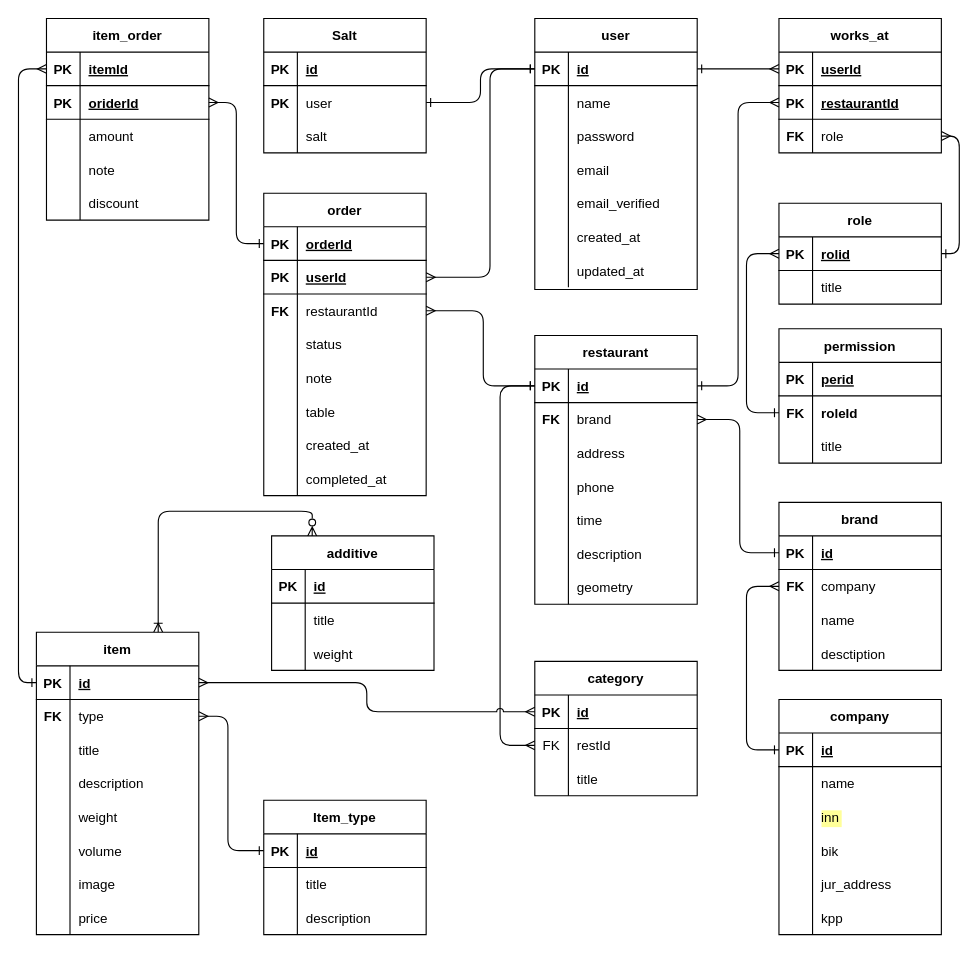
Above: dataModel.drawio in MiroslaviPochemuVasTakMnogoTut/food-admin (draw.io), before the change. Source tidied: cells renumbered, new cells numbered last; positions are measured from the earlier drawing's top-left corner, leaving out a move shared by most shapes. Both pictures are drawn from the tidied source at 112%, with x=0, y=0 at pixel (18, 18).
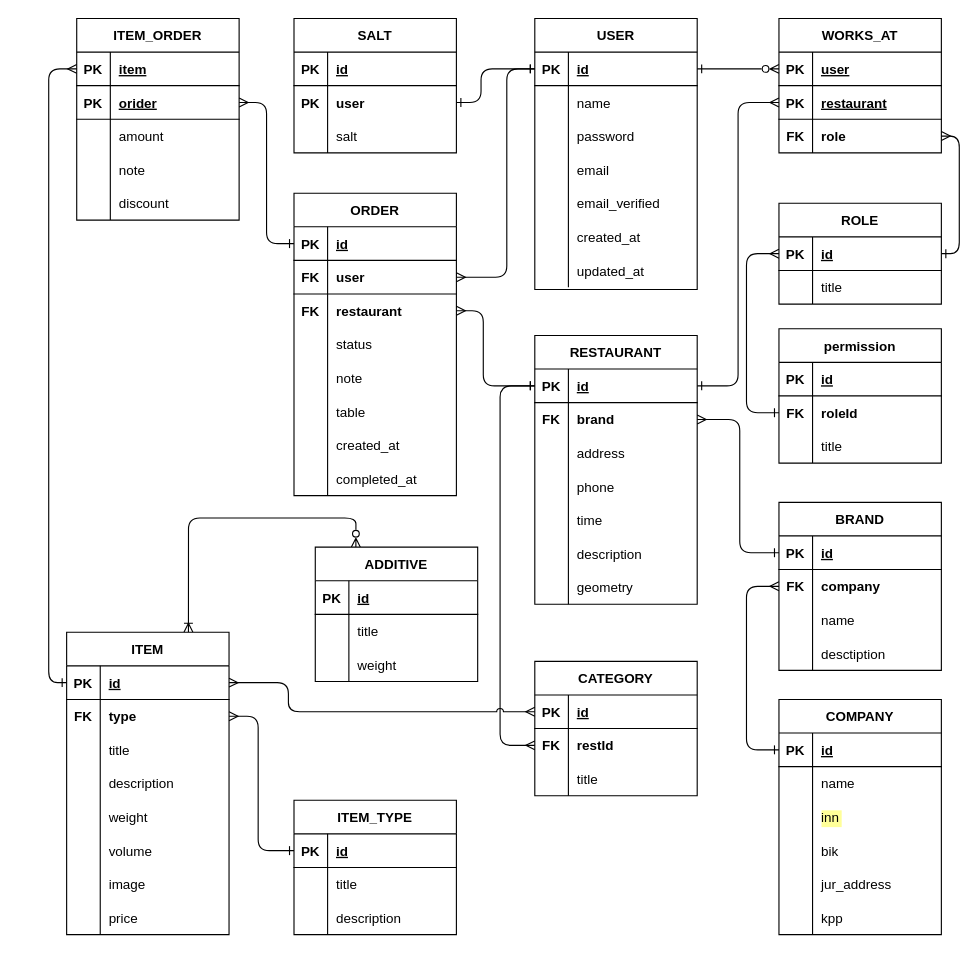
Above is the later version.

The change refers to these unchanged cells:
```xml
<mxCell id="3" style="shape=tableRow;horizontal=0;startSize=0;swimlaneHead=0;swimlaneBody=0;fillColor=none;points=[[0,0.5],[1,0.5]];portConstraint=eastwest;top=0;left=0;right=0;bottom=1;" parent="2" vertex="1">
  <mxGeometry y="30" width="145" height="30" as="geometry" />
</mxCell>
<mxCell id="25" style="shape=tableRow;horizontal=0;startSize=0;swimlaneHead=0;swimlaneBody=0;fillColor=none;points=[[0,0.5],[1,0.5]];portConstraint=eastwest;top=0;left=0;right=0;bottom=1;" parent="24" vertex="1">
  <mxGeometry y="30" width="145" height="30" as="geometry" />
</mxCell>
<mxCell id="28" style="shape=tableRow;horizontal=0;startSize=0;swimlaneHead=0;swimlaneBody=0;fillColor=none;points=[[0,0.5],[1,0.5]];portConstraint=eastwest;top=0;left=0;right=0;bottom=1;" parent="24" vertex="1">
  <mxGeometry y="60" width="145" height="30" as="geometry" />
</mxCell>
<mxCell id="31" style="shape=tableRow;horizontal=0;startSize=0;swimlaneHead=0;swimlaneBody=0;fillColor=none;points=[[0,0.5],[1,0.5]];portConstraint=eastwest;top=0;left=0;right=0;bottom=0;" parent="24" vertex="1">
  <mxGeometry y="90" width="145" height="30" as="geometry" />
</mxCell>
<mxCell id="38" style="shape=tableRow;horizontal=0;startSize=0;swimlaneHead=0;swimlaneBody=0;fillColor=none;points=[[0,0.5],[1,0.5]];portConstraint=eastwest;top=0;left=0;right=0;bottom=0;" parent="34" vertex="1">
  <mxGeometry y="60" width="145" height="30" as="geometry" />
</mxCell>
<mxCell id="51" style="shape=tableRow;horizontal=0;startSize=0;swimlaneHead=0;swimlaneBody=0;fillColor=none;points=[[0,0.5],[1,0.5]];portConstraint=eastwest;top=0;left=0;right=0;bottom=0;" parent="47" vertex="1">
  <mxGeometry y="60" width="145" height="30" as="geometry" />
</mxCell>
<mxCell id="70" style="shape=tableRow;horizontal=0;startSize=0;swimlaneHead=0;swimlaneBody=0;fillColor=none;points=[[0,0.5],[1,0.5]];portConstraint=eastwest;top=0;left=0;right=0;bottom=1;" parent="69" vertex="1">
  <mxGeometry y="30" width="145" height="30" as="geometry" />
</mxCell>
<mxCell id="96" style="shape=tableRow;horizontal=0;startSize=0;swimlaneHead=0;swimlaneBody=0;fillColor=none;points=[[0,0.5],[1,0.5]];portConstraint=eastwest;top=0;left=0;right=0;bottom=1;" parent="95" vertex="1">
  <mxGeometry y="30" width="145" height="30" as="geometry" />
</mxCell>
<mxCell id="99" style="shape=tableRow;horizontal=0;startSize=0;swimlaneHead=0;swimlaneBody=0;fillColor=none;points=[[0,0.5],[1,0.5]];portConstraint=eastwest;top=0;left=0;right=0;bottom=1;" parent="95" vertex="1">
  <mxGeometry y="60" width="145" height="30" as="geometry" />
</mxCell>
<mxCell id="102" style="shape=tableRow;horizontal=0;startSize=0;swimlaneHead=0;swimlaneBody=0;fillColor=none;points=[[0,0.5],[1,0.5]];portConstraint=eastwest;top=0;left=0;right=0;bottom=0;" parent="95" vertex="1">
  <mxGeometry y="90" width="145" height="30" as="geometry" />
</mxCell>
<mxCell id="122" style="shape=tableRow;horizontal=0;startSize=0;swimlaneHead=0;swimlaneBody=0;fillColor=none;points=[[0,0.5],[1,0.5]];portConstraint=eastwest;top=0;left=0;right=0;bottom=1;" parent="121" vertex="1">
  <mxGeometry y="30" width="145" height="30" as="geometry" />
</mxCell>
<mxCell id="125" style="shape=tableRow;horizontal=0;startSize=0;swimlaneHead=0;swimlaneBody=0;fillColor=none;points=[[0,0.5],[1,0.5]];portConstraint=eastwest;top=0;left=0;right=0;bottom=0;" parent="121" vertex="1">
  <mxGeometry y="60" width="145" height="30" as="geometry" />
</mxCell>
<mxCell id="147" style="shape=tableRow;horizontal=0;startSize=0;swimlaneHead=0;swimlaneBody=0;fillColor=none;points=[[0,0.5],[1,0.5]];portConstraint=eastwest;top=0;left=0;right=0;bottom=1;" parent="146" vertex="1">
  <mxGeometry y="30" width="145" height="30" as="geometry" />
</mxCell>
<mxCell id="150" style="shape=tableRow;horizontal=0;startSize=0;swimlaneHead=0;swimlaneBody=0;fillColor=none;points=[[0,0.5],[1,0.5]];portConstraint=eastwest;top=0;left=0;right=0;bottom=1;" parent="146" vertex="1">
  <mxGeometry y="60" width="145" height="30" as="geometry" />
</mxCell>
<mxCell id="163" style="shape=tableRow;horizontal=0;startSize=0;swimlaneHead=0;swimlaneBody=0;fillColor=none;top=0;left=0;right=0;bottom=1;" parent="162" vertex="1">
  <mxGeometry y="30" width="145" height="30" as="geometry" />
</mxCell>
<mxCell id="173" style="shape=tableRow;horizontal=0;startSize=0;swimlaneHead=0;swimlaneBody=0;fillColor=none;points=[[0,0.5],[1,0.5]];portConstraint=eastwest;top=0;left=0;right=0;bottom=1;" parent="172" vertex="1">
  <mxGeometry y="30" width="145" height="30" as="geometry" />
</mxCell>
<mxCell id="183" style="shape=tableRow;horizontal=0;startSize=0;swimlaneHead=0;swimlaneBody=0;fillColor=none;points=[[0,0.5],[1,0.5]];portConstraint=eastwest;top=0;left=0;right=0;bottom=1;" parent="182" vertex="1">
  <mxGeometry y="30" width="145" height="30" as="geometry" />
</mxCell>
<mxCell id="219" style="shape=tableRow;horizontal=0;startSize=0;swimlaneHead=0;swimlaneBody=0;fillColor=none;points=[[0,0.5],[1,0.5]];portConstraint=eastwest;top=0;left=0;right=0;bottom=0;fontSize=12;strokeColor=default;" parent="215" vertex="1">
  <mxGeometry y="60" width="145" height="30" as="geometry" />
</mxCell>
```

What changed in the source:
```diff
@@
-    <mxCell id="2" value="user" style="shape=table;startSize=30;childLayout=tableLayout;rowLines=0;fontStyle=1;align=center;" parent="1" vertex="1">
+    <mxCell id="2" value="USER" style="shape=table;startSize=30;childLayout=tableLayout;rowLines=0;fontStyle=1;align=center;" parent="1" vertex="1">
       <mxGeometry x="461" width="145" height="242" as="geometry" />
     </mxCell>
@@
-    <mxCell id="24" value="works_at" style="shape=table;startSize=30;childLayout=tableLayout;rowLines=0;fontStyle=1;align=center;" parent="1" vertex="1">
+    <mxCell id="24" value="WORKS_AT" style="shape=table;startSize=30;childLayout=tableLayout;rowLines=0;fontStyle=1;align=center;" parent="1" vertex="1">
       <mxGeometry x="679" width="145" height="120" as="geometry" />
     </mxCell>
@@
-    <mxCell id="27" value="userId" style="shape=partialRectangle;fillColor=none;top=0;left=0;bottom=0;right=0;align=left;spacingLeft=6;fontStyle=5;overflow=hidden;" parent="25" vertex="1">
+    <mxCell id="27" value="user" style="shape=partialRectangle;fillColor=none;top=0;left=0;bottom=0;right=0;align=left;spacingLeft=6;fontStyle=5;overflow=hidden;" parent="25" vertex="1">
       <mxGeometry x="30" width="115" height="30" as="geometry" />
     </mxCell>
@@
-    <mxCell id="30" value="restaurantId" style="shape=partialRectangle;fillColor=none;top=0;left=0;bottom=0;right=0;align=left;spacingLeft=6;fontStyle=5;overflow=hidden;" parent="28" vertex="1">
+    <mxCell id="30" value="restaurant" style="shape=partialRectangle;fillColor=none;top=0;left=0;bottom=0;right=0;align=left;spacingLeft=6;fontStyle=5;overflow=hidden;" parent="28" vertex="1">
       <mxGeometry x="30" width="115" height="30" as="geometry" />
     </mxCell>
@@
-    <mxCell id="33" value="role" style="shape=partialRectangle;fillColor=none;top=0;left=0;bottom=0;right=0;align=left;spacingLeft=6;overflow=hidden;" parent="31" vertex="1">
+    <mxCell id="33" value="role" style="shape=partialRectangle;fillColor=none;top=0;left=0;bottom=0;right=0;align=left;spacingLeft=6;overflow=hidden;fontStyle=1;" parent="31" vertex="1">
       <mxGeometry x="30" width="115" height="30" as="geometry" />
     </mxCell>
-    <mxCell id="34" value="brand" style="shape=table;startSize=30;childLayout=tableLayout;rowLines=0;fontStyle=1;align=center;" parent="1" vertex="1">
+    <mxCell id="34" value="BRAND" style="shape=table;startSize=30;childLayout=tableLayout;rowLines=0;fontStyle=1;align=center;" parent="1" vertex="1">
       <mxGeometry x="679" y="432" width="145" height="150" as="geometry" />
     </mxCell>
@@
-    <mxCell id="40" value="company" style="shape=partialRectangle;fillColor=none;top=0;left=0;bottom=0;right=0;align=left;spacingLeft=6;overflow=hidden;" parent="38" vertex="1">
+    <mxCell id="40" value="company" style="shape=partialRectangle;fillColor=none;top=0;left=0;bottom=0;right=0;align=left;spacingLeft=6;overflow=hidden;fontStyle=1;" parent="38" vertex="1">
       <mxGeometry x="30" width="115" height="30" as="geometry" />
     </mxCell>
@@
-    <mxCell id="47" value="restaurant" style="shape=table;startSize=30;childLayout=tableLayout;rowLines=0;fontStyle=1;align=center;" parent="1" vertex="1">
+    <mxCell id="47" value="RESTAURANT" style="shape=table;startSize=30;childLayout=tableLayout;rowLines=0;fontStyle=1;align=center;" parent="1" vertex="1">
       <mxGeometry x="461" y="283" width="145" height="240" as="geometry" />
     </mxCell>
@@
-    <mxCell id="53" value="brand" style="shape=partialRectangle;fillColor=none;top=0;left=0;bottom=0;right=0;align=left;spacingLeft=6;overflow=hidden;" parent="51" vertex="1">
+    <mxCell id="53" value="brand" style="shape=partialRectangle;fillColor=none;top=0;left=0;bottom=0;right=0;align=left;spacingLeft=6;overflow=hidden;fontStyle=1;" parent="51" vertex="1">
       <mxGeometry x="30" width="115" height="30" as="geometry" />
     </mxCell>
@@
-    <mxCell id="69" value="role" style="shape=table;startSize=30;childLayout=tableLayout;rowLines=0;fontStyle=1;align=center;" parent="1" vertex="1">
+    <mxCell id="69" value="ROLE" style="shape=table;startSize=30;childLayout=tableLayout;rowLines=0;fontStyle=1;align=center;" parent="1" vertex="1">
       <mxGeometry x="679" y="165" width="145" height="90" as="geometry" />
     </mxCell>
@@
-    <mxCell id="72" value="rolid" style="shape=partialRectangle;fillColor=none;top=0;left=0;bottom=0;right=0;align=left;spacingLeft=6;fontStyle=5;overflow=hidden;" parent="70" vertex="1">
+    <mxCell id="72" value="id" style="shape=partialRectangle;fillColor=none;top=0;left=0;bottom=0;right=0;align=left;spacingLeft=6;fontStyle=5;overflow=hidden;" parent="70" vertex="1">
       <mxGeometry x="30" width="115" height="30" as="geometry" />
     </mxCell>
@@
-    <mxCell id="76" value="company" style="shape=table;startSize=30;childLayout=tableLayout;rowLines=0;fontStyle=1;align=center;" parent="1" vertex="1">
+    <mxCell id="76" value="COMPANY" style="shape=table;startSize=30;childLayout=tableLayout;rowLines=0;fontStyle=1;align=center;" parent="1" vertex="1">
       <mxGeometry x="679" y="608" width="145" height="210" as="geometry" />
     </mxCell>
@@
-    <mxCell id="95" value="order" style="shape=table;startSize=30;childLayout=tableLayout;rowLines=0;fontStyle=1;align=center;" parent="1" vertex="1">
-      <mxGeometry x="219" y="156" width="145" height="270" as="geometry" />
+    <mxCell id="95" value="ORDER" style="shape=table;startSize=30;childLayout=tableLayout;rowLines=0;fontStyle=1;align=center;" parent="1" vertex="1">
+      <mxGeometry x="246" y="156" width="145" height="270" as="geometry" />
     </mxCell>
@@
-    <mxCell id="98" value="orderId" style="shape=partialRectangle;fillColor=none;top=0;left=0;bottom=0;right=0;align=left;spacingLeft=6;fontStyle=5;overflow=hidden;" parent="96" vertex="1">
+    <mxCell id="98" value="id" style="shape=partialRectangle;fillColor=none;top=0;left=0;bottom=0;right=0;align=left;spacingLeft=6;fontStyle=5;overflow=hidden;" parent="96" vertex="1">
       <mxGeometry x="30" width="115" height="30" as="geometry" />
     </mxCell>
@@
-    <mxCell id="100" value="PK" style="shape=partialRectangle;fillColor=none;top=0;left=0;bottom=0;right=0;fontStyle=1;overflow=hidden;" parent="99" vertex="1">
+    <mxCell id="100" value="FK" style="shape=partialRectangle;fillColor=none;top=0;left=0;bottom=0;right=0;fontStyle=1;overflow=hidden;" parent="99" vertex="1">
       <mxGeometry width="30" height="30" as="geometry" />
     </mxCell>
-    <mxCell id="101" value="userId" style="shape=partialRectangle;fillColor=none;top=0;left=0;bottom=0;right=0;align=left;spacingLeft=6;fontStyle=5;overflow=hidden;" parent="99" vertex="1">
+    <mxCell id="101" value="user" style="shape=partialRectangle;fillColor=none;top=0;left=0;bottom=0;right=0;align=left;spacingLeft=6;fontStyle=1;overflow=hidden;" parent="99" vertex="1">
       <mxGeometry x="30" width="115" height="30" as="geometry" />
     </mxCell>
@@
-    <mxCell id="104" value="restaurantId" style="shape=partialRectangle;fillColor=none;top=0;left=0;bottom=0;right=0;align=left;spacingLeft=6;overflow=hidden;" parent="102" vertex="1">
+    <mxCell id="104" value="restaurant" style="shape=partialRectangle;fillColor=none;top=0;left=0;bottom=0;right=0;align=left;spacingLeft=6;overflow=hidden;fontStyle=1;" parent="102" vertex="1">
       <mxGeometry x="30" width="115" height="30" as="geometry" />
     </mxCell>
@@
     <mxCell id="120" style="edgeStyle=orthogonalEdgeStyle;jumpStyle=arc;html=1;exitX=0.75;exitY=0;exitDx=0;exitDy=0;entryX=0.25;entryY=0;entryDx=0;entryDy=0;fontSize=12;startArrow=ERoneToMany;startFill=0;endArrow=ERzeroToMany;endFill=0;" parent="1" edge="1" source="121" target="200">
       <mxGeometry relative="1" as="geometry">
         <Array as="points">
-          <mxPoint x="125" y="440" />
-          <mxPoint x="262" y="440" />
+          <mxPoint x="152" y="446" />
+          <mxPoint x="301" y="446" />
         </Array>
       </mxGeometry>
     </mxCell>
-    <mxCell id="121" value="item" style="shape=table;startSize=30;childLayout=tableLayout;rowLines=0;fontStyle=1;align=center;" parent="1" vertex="1">
-      <mxGeometry x="16" y="548" width="145" height="270" as="geometry" />
+    <mxCell id="121" value="ITEM" style="shape=table;startSize=30;childLayout=tableLayout;rowLines=0;fontStyle=1;align=center;" parent="1" vertex="1">
+      <mxGeometry x="43" y="548" width="145" height="270" as="geometry" />
     </mxCell>
@@
-    <mxCell id="127" value="type" style="shape=partialRectangle;fillColor=none;top=0;left=0;bottom=0;right=0;align=left;spacingLeft=6;overflow=hidden;" parent="125" vertex="1">
+    <mxCell id="127" value="type" style="shape=partialRectangle;fillColor=none;top=0;left=0;bottom=0;right=0;align=left;spacingLeft=6;overflow=hidden;fontStyle=1;" parent="125" vertex="1">
       <mxGeometry x="30" width="115" height="30" as="geometry" />
     </mxCell>
@@
-    <mxCell id="146" value="item_order" style="shape=table;startSize=30;childLayout=tableLayout;rowLines=0;fontStyle=1;align=center;" parent="1" vertex="1">
-      <mxGeometry x="25" width="145" height="180" as="geometry" />
+    <mxCell id="146" value="ITEM_ORDER" style="shape=table;startSize=30;childLayout=tableLayout;rowLines=0;fontStyle=1;align=center;" parent="1" vertex="1">
+      <mxGeometry x="52" width="145" height="180" as="geometry" />
     </mxCell>
@@
-    <mxCell id="149" value="itemId" style="shape=partialRectangle;fillColor=none;top=0;left=0;bottom=0;right=0;align=left;spacingLeft=6;fontStyle=5;overflow=hidden;" parent="147" vertex="1">
+    <mxCell id="149" value="item" style="shape=partialRectangle;fillColor=none;top=0;left=0;bottom=0;right=0;align=left;spacingLeft=6;fontStyle=5;overflow=hidden;" parent="147" vertex="1">
       <mxGeometry x="30" width="115" height="30" as="geometry" />
     </mxCell>
@@
-    <mxCell id="152" value="oriderId" style="shape=partialRectangle;fillColor=none;top=0;left=0;bottom=0;right=0;align=left;spacingLeft=6;fontStyle=5;overflow=hidden;" parent="150" vertex="1">
+    <mxCell id="152" value="orider" style="shape=partialRectangle;fillColor=none;top=0;left=0;bottom=0;right=0;align=left;spacingLeft=6;fontStyle=5;overflow=hidden;" parent="150" vertex="1">
       <mxGeometry x="30" width="115" height="30" as="geometry" />
     </mxCell>
@@
-    <mxCell id="165" value="perid" style="shape=partialRectangle;fillColor=none;top=0;left=0;bottom=0;right=0;align=left;spacingLeft=6;fontStyle=5;overflow=hidden;" parent="163" vertex="1">
+    <mxCell id="165" value="id" style="shape=partialRectangle;fillColor=none;top=0;left=0;bottom=0;right=0;align=left;spacingLeft=6;fontStyle=5;overflow=hidden;" parent="163" vertex="1">
       <mxGeometry x="30" width="115" height="30" as="geometry" />
     </mxCell>
@@
-    <mxCell id="172" value="Item_type" style="shape=table;startSize=30;childLayout=tableLayout;rowLines=0;fontStyle=1;align=center;" parent="1" vertex="1">
-      <mxGeometry x="219" y="698" width="145" height="120" as="geometry" />
+    <mxCell id="172" value="ITEM_TYPE" style="shape=table;startSize=30;childLayout=tableLayout;rowLines=0;fontStyle=1;align=center;" parent="1" vertex="1">
+      <mxGeometry x="246" y="698" width="145" height="120" as="geometry" />
     </mxCell>
@@
-    <mxCell id="182" value="category" style="shape=table;startSize=30;childLayout=tableLayout;rowLines=0;fontStyle=1;align=center;" parent="1" vertex="1">
+    <mxCell id="182" value="CATEGORY" style="shape=table;startSize=30;childLayout=tableLayout;rowLines=0;fontStyle=1;align=center;" parent="1" vertex="1">
       <mxGeometry x="461" y="574" width="145" height="120" as="geometry" />
     </mxCell>
@@
-    <mxCell id="186" style="shape=tableRow;horizontal=0;startSize=0;swimlaneHead=0;swimlaneBody=0;fillColor=none;points=[[0,0.5],[1,0.5]];portConstraint=eastwest;top=0;left=0;right=0;bottom=0;" parent="182" vertex="1">
+    <mxCell id="186" style="shape=tableRow;horizontal=0;startSize=0;swimlaneHead=0;swimlaneBody=0;fillColor=none;points=[[0,0.5],[1,0.5]];portConstraint=eastwest;top=0;left=0;right=0;bottom=0;fontStyle=1;" parent="182" vertex="1">
       <mxGeometry y="60" width="145" height="30" as="geometry" />
     </mxCell>
-    <mxCell id="187" value="FK" style="shape=partialRectangle;fillColor=none;top=0;left=0;bottom=0;right=0;overflow=hidden;" parent="186" vertex="1">
+    <mxCell id="187" value="FK" style="shape=partialRectangle;fillColor=none;top=0;left=0;bottom=0;right=0;overflow=hidden;fontStyle=1;" parent="186" vertex="1">
       <mxGeometry width="30" height="30" as="geometry" />
     </mxCell>
-    <mxCell id="188" value="restId" style="shape=partialRectangle;fillColor=none;top=0;left=0;bottom=0;right=0;align=left;spacingLeft=6;overflow=hidden;" parent="186" vertex="1">
+    <mxCell id="188" value="restId" style="shape=partialRectangle;fillColor=none;top=0;left=0;bottom=0;right=0;align=left;spacingLeft=6;overflow=hidden;fontStyle=1;" parent="186" vertex="1">
       <mxGeometry x="30" width="115" height="30" as="geometry" />
     </mxCell>
@@
-    <mxCell id="199" style="edgeStyle=orthogonalEdgeStyle;jumpStyle=arc;html=1;exitX=0;exitY=0.5;exitDx=0;exitDy=0;entryX=1;entryY=0.5;entryDx=0;entryDy=0;startArrow=ERmany;startFill=0;endArrow=ERone;endFill=0;" parent="1" edge="1" source="25" target="3">
+    <mxCell id="199" style="edgeStyle=orthogonalEdgeStyle;jumpStyle=arc;html=1;exitX=0;exitY=0.5;exitDx=0;exitDy=0;entryX=1;entryY=0.5;entryDx=0;entryDy=0;startArrow=ERzeroToMany;startFill=0;endArrow=ERone;endFill=0;" parent="1" edge="1" source="25" target="3">
       <mxGeometry relative="1" as="geometry" />
     </mxCell>
-    <mxCell id="200" value="additive" style="shape=table;startSize=30;childLayout=tableLayout;rowLines=0;fontStyle=1;align=center;" parent="1" vertex="1">
-      <mxGeometry x="226" y="462" width="145" height="120" as="geometry" />
+    <mxCell id="200" value="ADDITIVE" style="shape=table;startSize=30;childLayout=tableLayout;rowLines=0;fontStyle=1;align=center;" parent="1" vertex="1">
+      <mxGeometry x="265" y="472" width="145" height="120" as="geometry" />
     </mxCell>
@@
     <mxCell id="210" style="edgeStyle=orthogonalEdgeStyle;html=1;exitX=1;exitY=0.5;exitDx=0;exitDy=0;entryX=0;entryY=0.5;entryDx=0;entryDy=0;startArrow=ERmany;startFill=0;endArrow=ERone;endFill=0;" parent="1" edge="1" source="99" target="3">
       <mxGeometry relative="1" as="geometry">
         <Array as="points">
-          <mxPoint x="421" y="231" />
-          <mxPoint x="421" y="45" />
+          <mxPoint x="436" y="231" />
+          <mxPoint x="436" y="45" />
         </Array>
       </mxGeometry>
     </mxCell>
     <mxCell id="211" style="edgeStyle=orthogonalEdgeStyle;html=1;exitX=0;exitY=0.5;exitDx=0;exitDy=0;entryX=0;entryY=0.5;entryDx=0;entryDy=0;startArrow=ERmany;startFill=0;endArrow=ERone;endFill=0;" parent="1" edge="1" source="147" target="122">
       <mxGeometry relative="1" as="geometry">
         <Array as="points">
-          <mxPoint y="45" />
-          <mxPoint y="593" />
+          <mxPoint x="27" y="45" />
+          <mxPoint x="27" y="593" />
         </Array>
       </mxGeometry>
     </mxCell>
@@
     <mxCell id="213" style="edgeStyle=orthogonalEdgeStyle;jumpStyle=arc;html=1;exitX=1;exitY=0.5;exitDx=0;exitDy=0;entryX=0;entryY=0.5;entryDx=0;entryDy=0;startArrow=ERmany;startFill=0;endArrow=ERone;endFill=0;" parent="1" edge="1" source="125" target="173">
       <mxGeometry relative="1" as="geometry">
         <Array as="points">
-          <mxPoint x="187" y="623" />
-          <mxPoint x="187" y="743" />
+          <mxPoint x="214" y="623" />
+          <mxPoint x="214" y="743" />
         </Array>
       </mxGeometry>
     </mxCell>
     <mxCell id="214" style="edgeStyle=orthogonalEdgeStyle;jumpStyle=arc;html=1;exitX=1;exitY=0.5;exitDx=0;exitDy=0;entryX=0;entryY=0.5;entryDx=0;entryDy=0;startArrow=ERmany;startFill=0;endArrow=ERmany;endFill=0;" parent="1" edge="1" source="122" target="183">
-      <mxGeometry relative="1" as="geometry" />
+      <mxGeometry relative="1" as="geometry">
+        <Array as="points">
+          <mxPoint x="241" y="593" />
+          <mxPoint x="241" y="619" />
+        </Array>
+      </mxGeometry>
     </mxCell>
-    <mxCell id="215" value="Salt" style="shape=table;startSize=30;childLayout=tableLayout;rowLines=0;fontStyle=1;align=center;fontSize=12;" parent="1" vertex="1">
-      <mxGeometry x="219" width="145" height="120" as="geometry" />
+    <mxCell id="215" value="SALT" style="shape=table;startSize=30;childLayout=tableLayout;rowLines=0;fontStyle=1;align=center;fontSize=12;" parent="1" vertex="1">
+      <mxGeometry x="246" width="145" height="120" as="geometry" />
     </mxCell>
@@
-    <mxCell id="221" value="user" style="shape=partialRectangle;fillColor=none;top=0;left=0;bottom=0;right=0;align=left;spacingLeft=6;overflow=hidden;fontSize=12;" parent="219" vertex="1">
+    <mxCell id="221" value="user" style="shape=partialRectangle;fillColor=none;top=0;left=0;bottom=0;right=0;align=left;spacingLeft=6;overflow=hidden;fontSize=12;fontStyle=1;" parent="219" vertex="1">
       <mxGeometry x="30" width="115" height="30" as="geometry" />
     </mxCell>
@@
     <mxCell id="225" style="edgeStyle=orthogonalEdgeStyle;jumpStyle=arc;html=1;exitX=1;exitY=0.5;exitDx=0;exitDy=0;entryX=0;entryY=0.5;entryDx=0;entryDy=0;fontSize=12;startArrow=ERone;startFill=0;endArrow=ERone;endFill=0;" parent="1" edge="1" source="219" target="3">
-      <mxGeometry relative="1" as="geometry" />
+      <mxGeometry relative="1" as="geometry">
+        <Array as="points">
+          <mxPoint x="413" y="75" />
+          <mxPoint x="413" y="45" />
+        </Array>
+      </mxGeometry>
     </mxCell>
```
